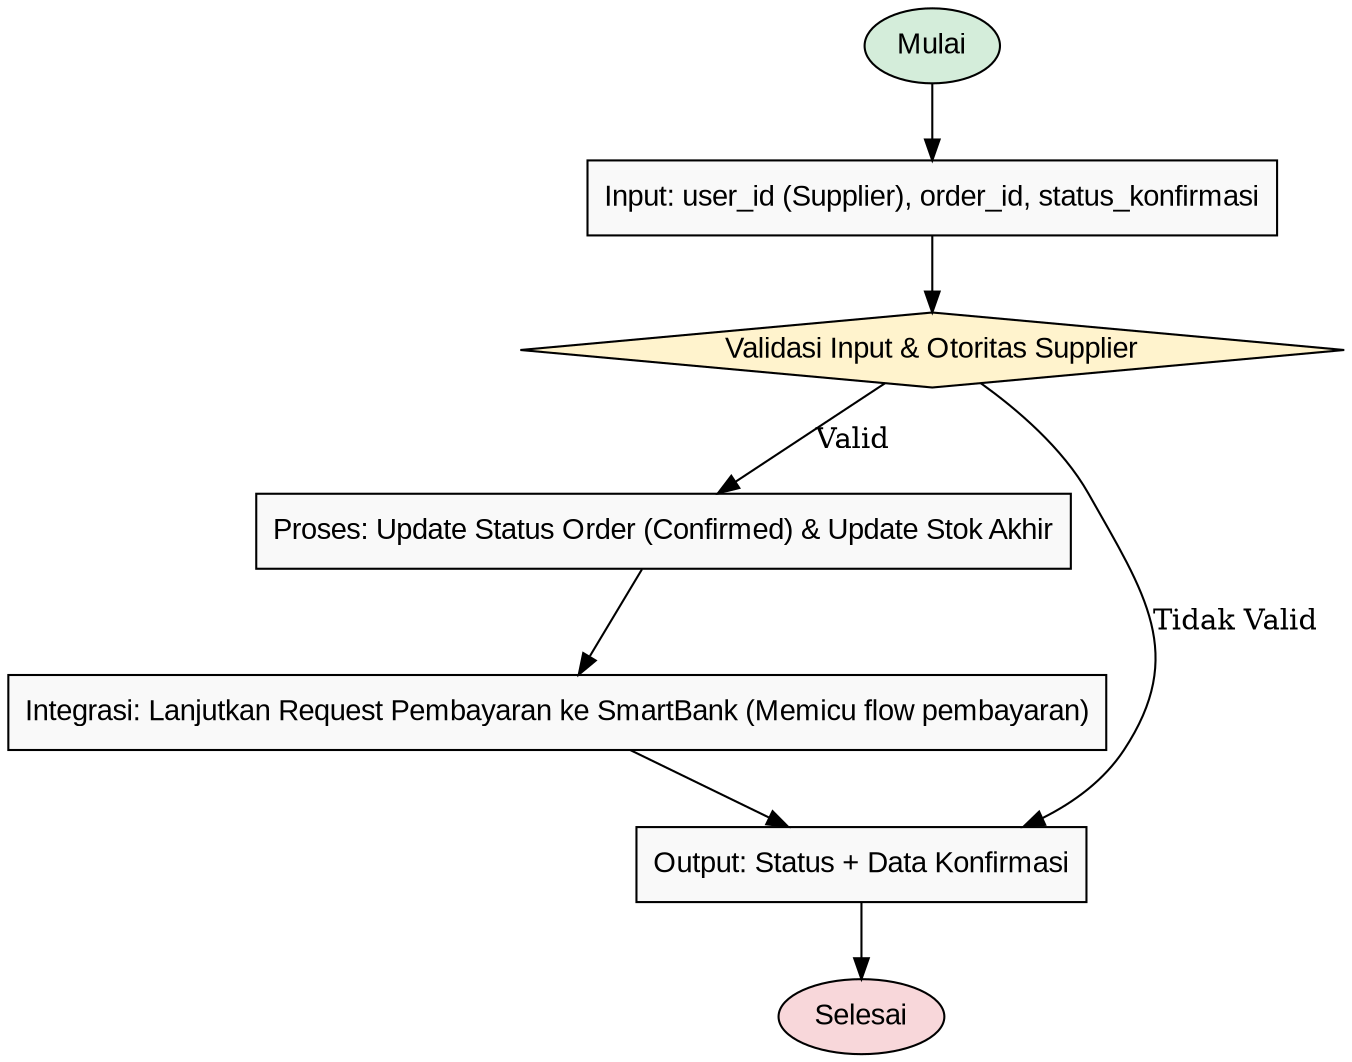
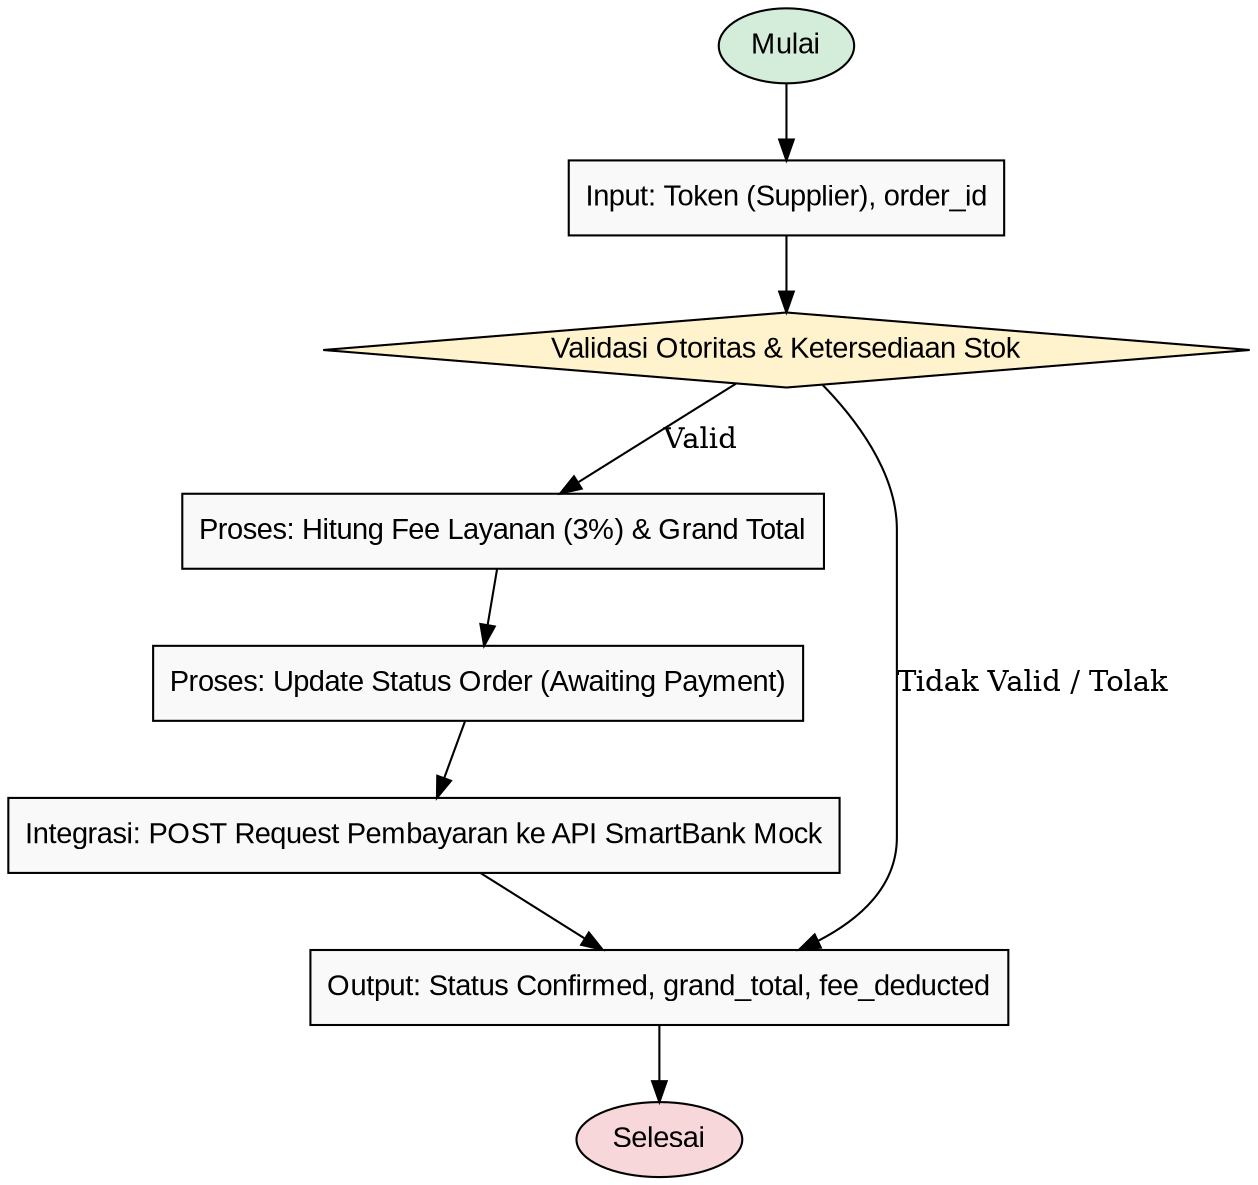
digraph KonfirmasiStok {
    rankdir=TB;
    node [shape=box, style=filled, fillcolor="#f9f9f9", fontname="Arial"];

    Start [shape=oval, fillcolor="#d4edda", label="Mulai"];
-     Input [label="Input: user_id (Supplier), order_id, status_konfirmasi"];
-     Validasi [shape=diamond, fillcolor="#fff3cd", label="Validasi Input & Otoritas Supplier"];
-     ProsesKonfirmasi [label="Proses: Update Status Order (Confirmed) & Update Stok Akhir"];
-     IntegrasiBank [label="Integrasi: Lanjutkan Request Pembayaran ke SmartBank (Memicu flow pembayaran)"];
-     Output [label="Output: Status + Data Konfirmasi"];
+     Input [label="Input: Token (Supplier), order_id"];
+     Validasi [shape=diamond, fillcolor="#fff3cd", label="Validasi Otoritas & Ketersediaan Stok"];
+     Kalkulasi [label="Proses: Hitung Fee Layanan (3%) & Grand Total"];
+     UpdateDB [label="Proses: Update Status Order (Awaiting Payment)"];
+     IntegrasiBank [label="Integrasi: POST Request Pembayaran ke API SmartBank Mock"];
+     Output [label="Output: Status Confirmed, grand_total, fee_deducted"];
    End [shape=oval, fillcolor="#f8d7da", label="Selesai"];

    Start -> Input;
    Input -> Validasi;
-     Validasi -> ProsesKonfirmasi [label="Valid"];
-     Validasi -> Output [label="Tidak Valid"];
-     ProsesKonfirmasi -> IntegrasiBank;
+     Validasi -> Kalkulasi [label="Valid"];
+     Validasi -> Output [label="Tidak Valid / Tolak"];
+     Kalkulasi -> UpdateDB;
+     UpdateDB -> IntegrasiBank;
    IntegrasiBank -> Output;
    Output -> End;
}
